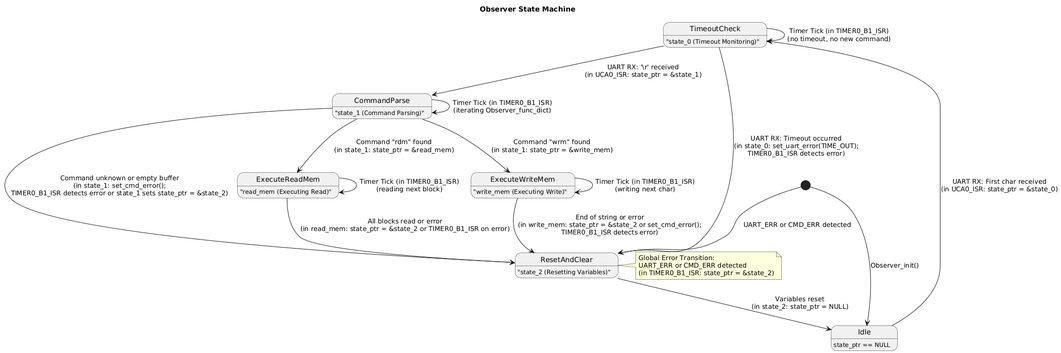
Before: Wissenschaftliche_LaTeX/Bilder/observer_state_machine.png, a diagram exported from PlantUML (Julz124/Bachelor_Thesis_MSP430_FR5729). Source of this version:
```plantuml
@startuml
title Observer State Machine

state Idle: state_ptr == NULL
state TimeoutCheck: "state_0 (Timeout Monitoring)"
state CommandParse: "state_1 (Command Parsing)"
state ExecuteReadMem: "read_mem (Executing Read)"
state ExecuteWriteMem: "write_mem (Executing Write)"
state ResetAndClear: "state_2 (Resetting Variables)"

[*] --> Idle : Observer_init()

Idle --> TimeoutCheck : UART RX: First char received\n(in UCA0_ISR: state_ptr = &state_0)
TimeoutCheck --> ResetAndClear : UART RX: Timeout occurred\n(in state_0: set_uart_error(TIME_OUT);\nTIMER0_B1_ISR detects error)
TimeoutCheck -> TimeoutCheck : Timer Tick (in TIMER0_B1_ISR)\n(no timeout, no new command)

TimeoutCheck --> CommandParse : UART RX: '\\r' received\n(in UCA0_ISR: state_ptr = &state_1)
CommandParse --> CommandParse : Timer Tick (in TIMER0_B1_ISR)\n(iterating Observer_func_dict)
CommandParse --> ExecuteReadMem : Command "rdm" found\n(in state_1: state_ptr = &read_mem)
CommandParse --> ExecuteWriteMem : Command "wrm" found\n(in state_1: state_ptr = &write_mem)
CommandParse --> ResetAndClear : Command unknown or empty buffer\n(in state_1: set_cmd_error();\nTIMER0_B1_ISR detects error or state_1 sets state_ptr = &state_2)

ExecuteReadMem --> ExecuteReadMem : Timer Tick (in TIMER0_B1_ISR)\n(reading next block)
ExecuteReadMem --> ResetAndClear : All blocks read or error\n(in read_mem: state_ptr = &state_2 or TIMER0_B1_ISR on error)

ExecuteWriteMem --> ExecuteWriteMem : Timer Tick (in TIMER0_B1_ISR)\n(writing next char)
ExecuteWriteMem --> ResetAndClear : End of string or error\n(in write_mem: state_ptr = &state_2 or set_cmd_error();\nTIMER0_B1_ISR detects error)

ResetAndClear --> Idle : Variables reset\n(in state_2: state_ptr = NULL)

note right of ResetAndClear
  Global Error Transition:
  UART_ERR or CMD_ERR detected
  (in TIMER0_B1_ISR: state_ptr = &state_2)
end note

[*] --> ResetAndClear : UART_ERR or CMD_ERR detected
@enduml
```
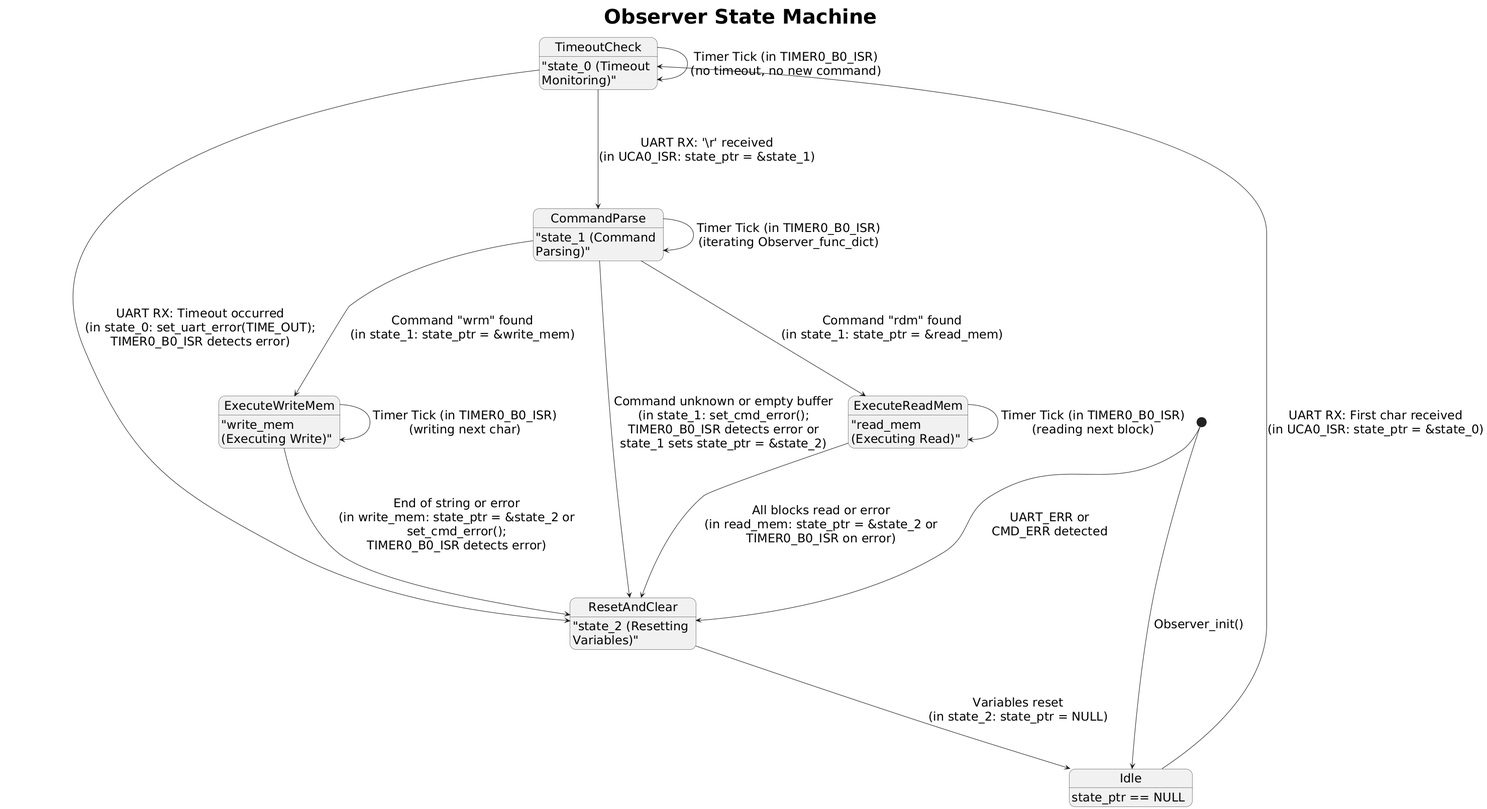
The same file after the commit.

Diff of the diagram source:
```diff
@@ -1,5 +1,14 @@
 @startuml
 title Observer State Machine
+
+[*] --> Idle : Observer_init()
+
+top to bottom direction
+skinparam ranksep 180
+skinparam nodesep 60
+skinparam wrapWidth 250
+skinparam titleFontSize 40
+skinparam defaultFontSize 24
 
 state Idle: state_ptr == NULL
 state TimeoutCheck: "state_0 (Timeout Monitoring)"
@@ -8,31 +17,24 @@
 state ExecuteWriteMem: "write_mem (Executing Write)"
 state ResetAndClear: "state_2 (Resetting Variables)"
 
-[*] --> Idle : Observer_init()
-
 Idle --> TimeoutCheck : UART RX: First char received\n(in UCA0_ISR: state_ptr = &state_0)
-TimeoutCheck --> ResetAndClear : UART RX: Timeout occurred\n(in state_0: set_uart_error(TIME_OUT);\nTIMER0_B1_ISR detects error)
-TimeoutCheck -> TimeoutCheck : Timer Tick (in TIMER0_B1_ISR)\n(no timeout, no new command)
 
 TimeoutCheck --> CommandParse : UART RX: '\\r' received\n(in UCA0_ISR: state_ptr = &state_1)
-CommandParse --> CommandParse : Timer Tick (in TIMER0_B1_ISR)\n(iterating Observer_func_dict)
+TimeoutCheck --> ResetAndClear : UART RX: Timeout occurred\n(in state_0: set_uart_error(TIME_OUT);\nTIMER0_B0_ISR detects error)
+TimeoutCheck -> TimeoutCheck : Timer Tick (in TIMER0_B0_ISR)\n(no timeout, no new command)
+
 CommandParse --> ExecuteReadMem : Command "rdm" found\n(in state_1: state_ptr = &read_mem)
 CommandParse --> ExecuteWriteMem : Command "wrm" found\n(in state_1: state_ptr = &write_mem)
-CommandParse --> ResetAndClear : Command unknown or empty buffer\n(in state_1: set_cmd_error();\nTIMER0_B1_ISR detects error or state_1 sets state_ptr = &state_2)
+CommandParse --> ResetAndClear : Command unknown or empty buffer\n(in state_1: set_cmd_error();\nTIMER0_B0_ISR detects error or\nstate_1 sets state_ptr = &state_2)
+CommandParse -> CommandParse : Timer Tick (in TIMER0_B0_ISR)\n(iterating Observer_func_dict)
 
-ExecuteReadMem --> ExecuteReadMem : Timer Tick (in TIMER0_B1_ISR)\n(reading next block)
-ExecuteReadMem --> ResetAndClear : All blocks read or error\n(in read_mem: state_ptr = &state_2 or TIMER0_B1_ISR on error)
+ExecuteReadMem --> ResetAndClear : All blocks read or error\n(in read_mem: state_ptr = &state_2 or\nTIMER0_B0_ISR on error)
+ExecuteReadMem -> ExecuteReadMem : Timer Tick (in TIMER0_B0_ISR)\n(reading next block)
 
-ExecuteWriteMem --> ExecuteWriteMem : Timer Tick (in TIMER0_B1_ISR)\n(writing next char)
-ExecuteWriteMem --> ResetAndClear : End of string or error\n(in write_mem: state_ptr = &state_2 or set_cmd_error();\nTIMER0_B1_ISR detects error)
+ExecuteWriteMem --> ResetAndClear : End of string or error\n(in write_mem: state_ptr = &state_2 or\nset_cmd_error();\nTIMER0_B0_ISR detects error)
+ExecuteWriteMem -> ExecuteWriteMem : Timer Tick (in TIMER0_B0_ISR)\n(writing next char)
 
 ResetAndClear --> Idle : Variables reset\n(in state_2: state_ptr = NULL)
 
-note right of ResetAndClear
-  Global Error Transition:
-  UART_ERR or CMD_ERR detected
-  (in TIMER0_B1_ISR: state_ptr = &state_2)
-end note
-
-[*] --> ResetAndClear : UART_ERR or CMD_ERR detected
+[*] -down-> ResetAndClear : UART_ERR or\nCMD_ERR detected
 @enduml
```
